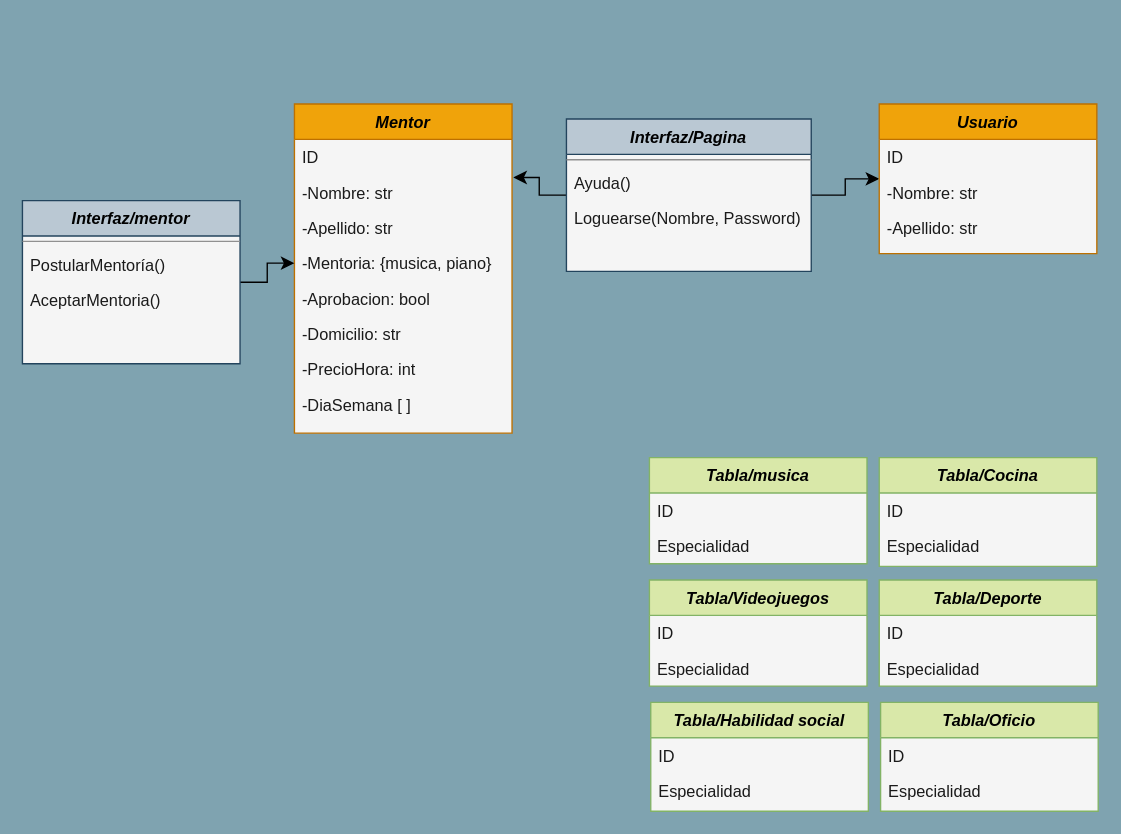
This is Proyecto Python/Instrucciones/Diagrama de clases.drawio from CodeSystem2022/X-Force_2023, a draw.io file, before an edit. Source tidied: cells renumbered, new cells numbered last; positions are measured from the earlier drawing's top-left corner, leaving out a move shared by most shapes. Both pictures are drawn from the tidied source at 136%, with x=0, y=0 at pixel (22, 103).
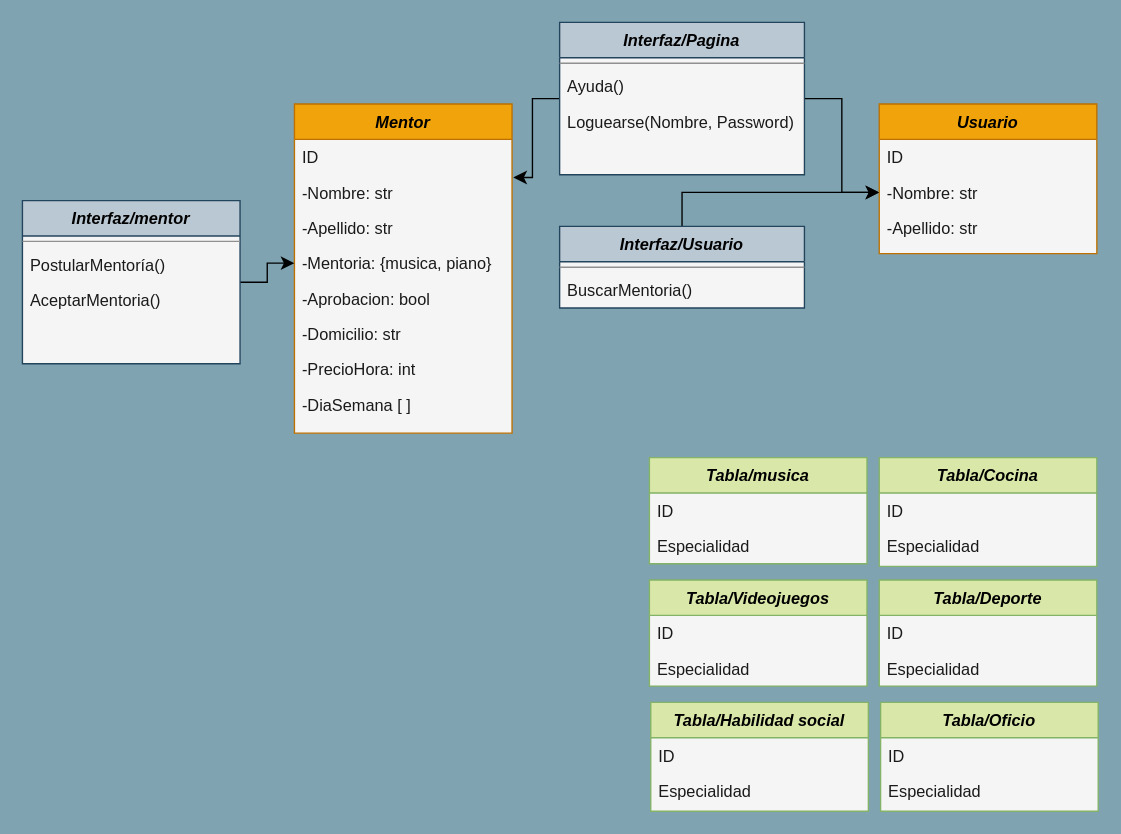
The same page after the edit.

Unchanged cells that the change refers to:
```xml
<mxCell id="40" value="Usuario" style="swimlane;fontStyle=3;align=center;verticalAlign=top;horizontal=1;startSize=26;rounded=0;shadow=0;strokeWidth=1;labelBackgroundColor=none;fillColor=#f0a30a;strokeColor=#BD7000;fontColor=#000000;swimlaneFillColor=#F5F5F5;" parent="1" vertex="1">
  <mxGeometry x="630" width="160" height="110" as="geometry" />
</mxCell>
<mxCell id="42" value="-Nombre: str" style="text;align=left;verticalAlign=top;spacingLeft=4;spacingRight=4;overflow=hidden;points=[[0,0.5],[1,0.5]];portConstraint=eastwest;labelBackgroundColor=none;fontColor=#1A1A1A;" parent="40" vertex="1">
  <mxGeometry y="52" width="160" height="26" as="geometry" />
</mxCell>
```

Diff of the diagram source:
```diff
@@
-    <mxCell id="12" style="edgeStyle=orthogonalEdgeStyle;rounded=0;jumpSize=6;jettySize=auto;html=1;strokeWidth=1;endArrow=classic;endFill=1;endSize=7;" parent="1" edge="1" source="13" target="40">
+    <mxCell id="12" style="edgeStyle=orthogonalEdgeStyle;rounded=0;jumpSize=6;jettySize=auto;html=1;strokeWidth=1;endArrow=classic;endFill=1;endSize=7;entryX=0;entryY=0.5;entryDx=0;entryDy=0;" parent="1" edge="1" source="13" target="42">
       <mxGeometry relative="1" as="geometry" />
     </mxCell>
     <mxCell id="13" value="Interfaz/Pagina" style="swimlane;fontStyle=3;align=center;verticalAlign=top;horizontal=1;startSize=26;rounded=0;shadow=0;strokeWidth=1;labelBackgroundColor=none;fillColor=#bac8d3;strokeColor=#23445d;glass=0;swimlaneFillColor=#F5F5F5;" parent="1" vertex="1">
-      <mxGeometry x="400" y="11" width="180" height="112" as="geometry" />
+      <mxGeometry x="395" y="-60" width="180" height="112" as="geometry" />
     </mxCell>
@@
+    <mxCell id="44" style="edgeStyle=orthogonalEdgeStyle;rounded=0;jumpSize=6;jettySize=auto;html=1;strokeWidth=1;endArrow=classic;endFill=1;endSize=7;entryX=0;entryY=0.5;entryDx=0;entryDy=0;" parent="1" edge="1" source="45" target="42">
+      <mxGeometry relative="1" as="geometry" />
+    </mxCell>
+    <mxCell id="45" value="Interfaz/Usuario" style="swimlane;fontStyle=3;align=center;verticalAlign=top;horizontal=1;startSize=26;rounded=0;shadow=0;strokeWidth=1;labelBackgroundColor=none;fillColor=#bac8d3;strokeColor=#23445d;glass=0;swimlaneFillColor=#F5F5F5;" parent="1" vertex="1">
+      <mxGeometry x="395" y="90" width="180" height="60" as="geometry" />
+    </mxCell>
+    <mxCell id="46" style="line;html=1;strokeWidth=1;align=left;verticalAlign=middle;spacingTop=-1;spacingLeft=3;spacingRight=3;labelPosition=right;labelBackgroundColor=none;fillColor=#F5AB50;strokeColor=#909090;fontColor=#1A1A1A;" parent="45" vertex="1">
+      <mxGeometry y="26" width="180" height="8" as="geometry" />
+    </mxCell>
+    <mxCell id="47" value="BuscarMentoria()" style="text;align=left;verticalAlign=top;spacingLeft=4;spacingRight=4;overflow=hidden;labelBackgroundColor=none;fontColor=#1A1A1A;" parent="45" vertex="1">
+      <mxGeometry y="34" width="180" height="26" as="geometry" />
+    </mxCell>
```
